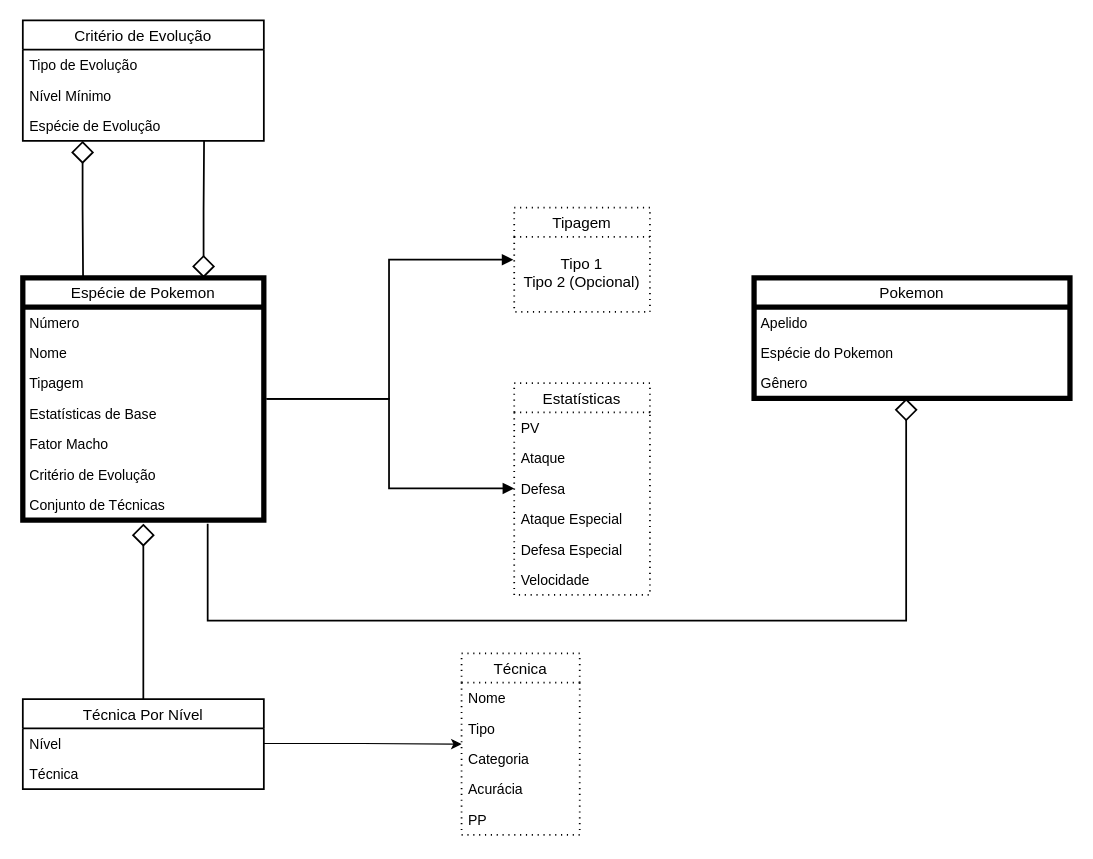
Earlier version of the draw.io diagram page "Incubadora" (2 of 4) of diagrams/DDD.drawio (RicardoDMelo/CloudPokeSystem). Source tidied: cells renumbered, new cells numbered last; positions are measured from the earlier drawing's top-left corner, leaving out a move shared by most shapes. Both pictures are drawn from the tidied source at 117%, with x=0, y=0 at pixel (22, 20).
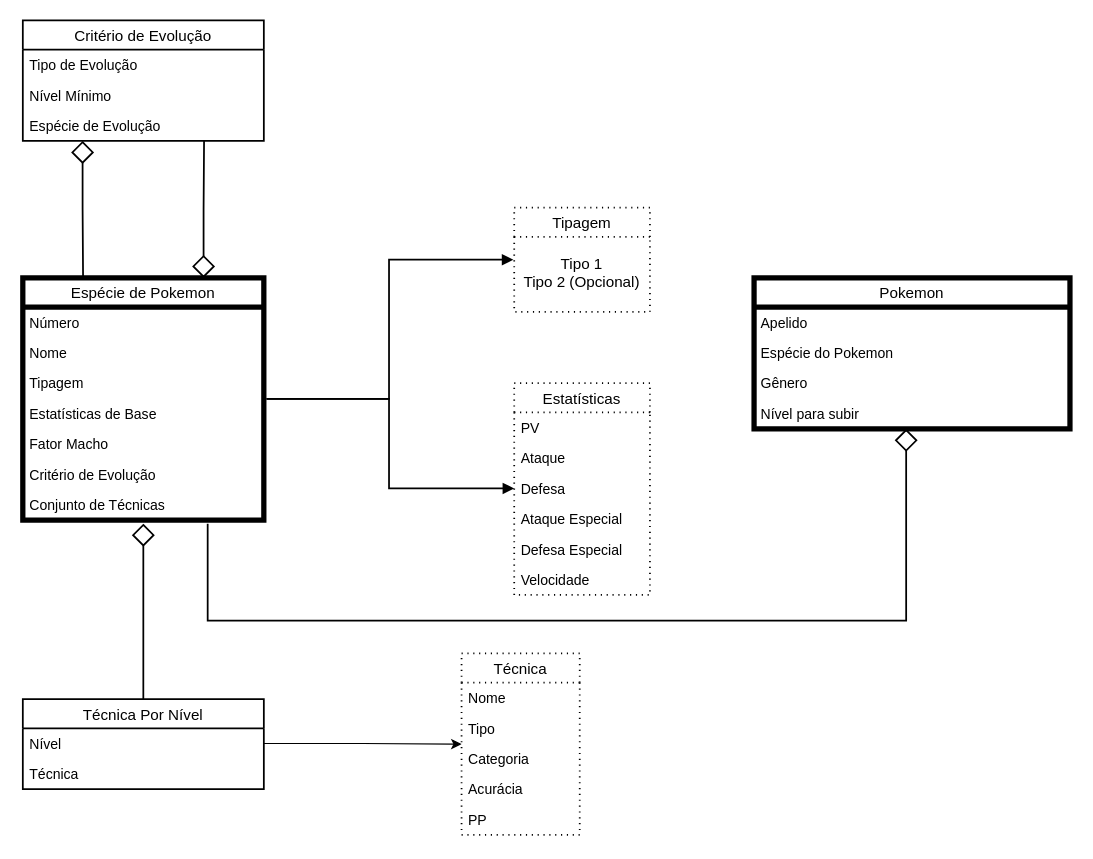
The same diagram, later.

Diff of the diagram source:
```diff
@@
     <mxCell id="23" value="Pokemon" style="html=1;overflow=block;blockSpacing=1;swimlane;horizontal=1;fontStyle=0;swimlaneFillColor=#ffffff;startSize=25;whiteSpace=wrap;fontSize=13;align=center;spacing=0;strokeOpacity=100;fillOpacity=100;fillColor=#ffffff;strokeWidth=4.5;" parent="1" vertex="1">
-      <mxGeometry x="625" y="220" width="270" height="103" as="geometry" />
+      <mxGeometry x="625" y="220" width="270" height="129" as="geometry" />
     </mxCell>
@@
+    <mxCell id="43" value="Gênero" style="text;strokeColor=none;fillColor=none;align=left;verticalAlign=top;spacingLeft=4;spacingRight=4;overflow=hidden;" parent="23" vertex="1">
+      <mxGeometry y="77" width="270" height="26" as="geometry" />
+    </mxCell>
-    <mxCell id="26" value="Gênero" style="text;strokeColor=none;fillColor=none;align=left;verticalAlign=top;spacingLeft=4;spacingRight=4;overflow=hidden;points=[[0,0.5],[1,0.5]];portConstraint=eastwest;" parent="23" vertex="1">
-      <mxGeometry y="77" width="270" height="26" as="geometry" />
+    <mxCell id="26" value="Nível para subir" style="text;strokeColor=none;fillColor=none;align=left;verticalAlign=top;spacingLeft=4;spacingRight=4;overflow=hidden;points=[[0,0.5],[1,0.5]];portConstraint=eastwest;" parent="23" vertex="1">
+      <mxGeometry y="103" width="270" height="26" as="geometry" />
     </mxCell>
```
